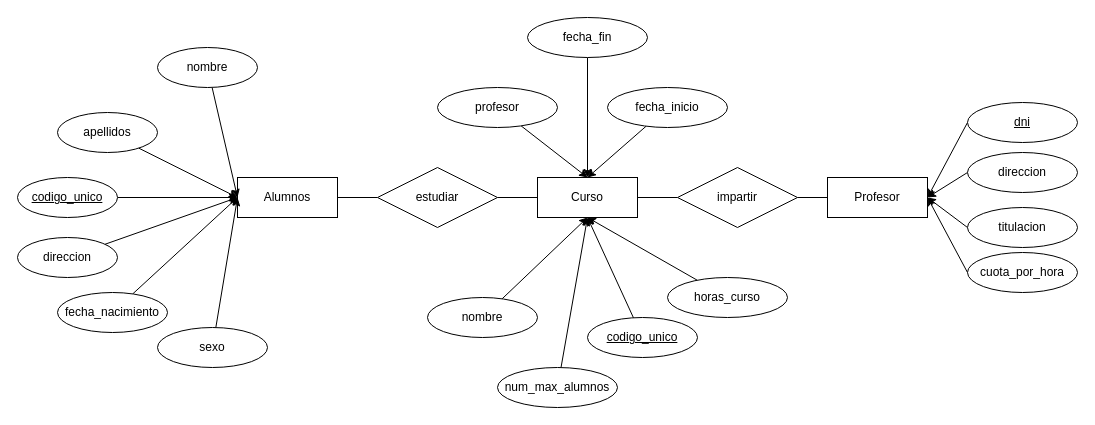
The draw.io diagram Diagrama_Ej12.drawio in adriii28/agm-tsys-TA14-mysql-18102023, before the edit. Source tidied: cells renumbered, new cells numbered last; positions are measured from the earlier drawing's top-left corner, leaving out a move shared by most shapes. Both pictures are drawn from the tidied source at 100%, with x=0, y=0 at pixel (17, 17).
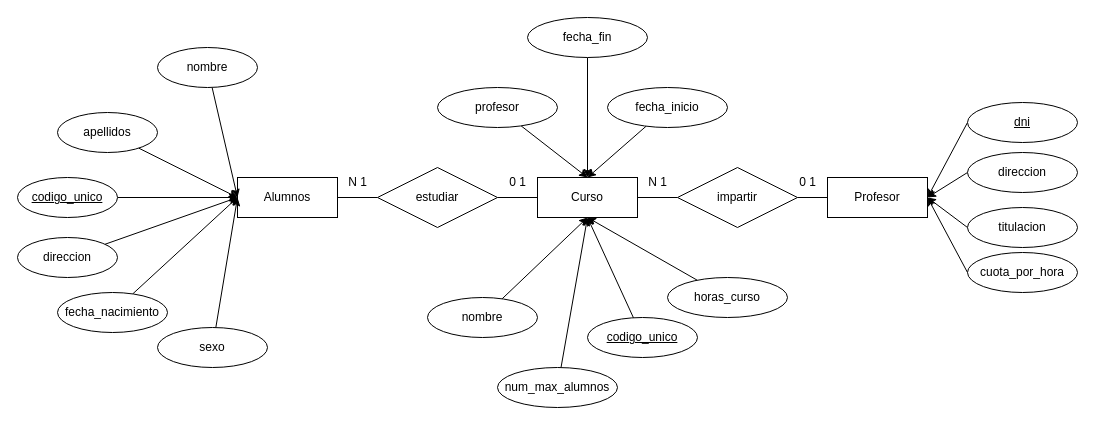
After the change.

The edit, as a diff of the source:
```diff
@@
+    <mxCell id="45" value="0 1" style="text;html=1;align=center;verticalAlign=middle;strokeColor=none;fillColor=none;" parent="1" vertex="1">
+      <mxGeometry x="480" y="150" width="40" height="30" as="geometry" />
+    </mxCell>
+    <mxCell id="46" value="N 1" style="text;html=1;align=center;verticalAlign=middle;strokeColor=none;fillColor=none;" parent="1" vertex="1">
+      <mxGeometry x="320" y="150" width="40" height="30" as="geometry" />
+    </mxCell>
+    <mxCell id="47" value="0 1" style="text;html=1;align=center;verticalAlign=middle;strokeColor=none;fillColor=none;" parent="1" vertex="1">
+      <mxGeometry x="770" y="150" width="40" height="30" as="geometry" />
+    </mxCell>
+    <mxCell id="48" value="N 1" style="text;html=1;align=center;verticalAlign=middle;strokeColor=none;fillColor=none;" parent="1" vertex="1">
+      <mxGeometry x="620" y="150" width="40" height="30" as="geometry" />
+    </mxCell>
```
